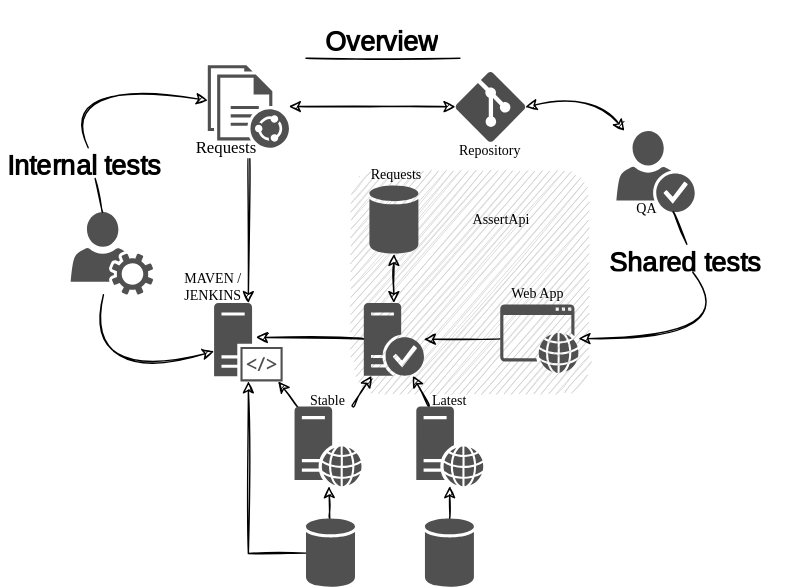
Above: doc/diagram/overview.diagram.svg in oneteme/assertapi-core (draw.io), before the change. Source tidied: cells renumbered, new cells last; positions are measured from the earlier drawing's top-left corner, leaving out a move shared by most shapes. The source it was exported from:
```xml
<mxGraphModel>
  <root>
    <mxCell id="0" />
    <mxCell id="1" parent="0" />
    <mxCell id="2" style="rounded=1;whiteSpace=wrap;html=1;shadow=0;glass=0;labelBorderColor=none;sketch=1;strokeColor=none;strokeWidth=1;fontFamily=Times New Roman;fontSize=10;fontColor=#000000;fillColor=#CFCCCC;gradientColor=none;" parent="1" vertex="1">
      <mxGeometry x="250" y="110" width="170" height="160" as="geometry" />
    </mxCell>
    <mxCell id="3" style="edgeStyle=none;curved=1;sketch=1;jettySize=auto;html=1;shadow=0;strokeColor=default;fontFamily=Times New Roman;fontSize=12;fontColor=#000000;startArrow=none;startFill=0;endArrow=classic;endFill=1;exitX=0.5;exitY=1;exitDx=0;exitDy=0;" parent="1" edge="1" source="35" target="21">
      <mxGeometry relative="1" as="geometry">
        <Array as="points">
          <mxPoint x="530" y="231.2" />
        </Array>
      </mxGeometry>
    </mxCell>
    <mxCell id="4" style="edgeStyle=none;curved=1;sketch=1;jettySize=auto;html=1;entryX=1;entryY=0.5;entryDx=0;entryDy=0;entryPerimeter=0;shadow=0;strokeColor=default;fontFamily=Times New Roman;fontSize=12;fontColor=#000000;startArrow=classic;startFill=1;endArrow=classic;endFill=1;" parent="1" edge="1" source="5" target="8">
      <mxGeometry relative="1" as="geometry">
        <Array as="points">
          <mxPoint x="424.9" y="56" />
        </Array>
      </mxGeometry>
    </mxCell>
    <mxCell id="5" style="sketch=0;shadow=0;dashed=0;html=1;strokeColor=none;fillColor=#505050;labelPosition=center;verticalLabelPosition=bottom;verticalAlign=top;outlineConnect=0;align=center;shape=mxgraph.office.users.credentials;rounded=1;hachureGap=4;jiggle=2;curveFitting=1;fontFamily=Times New Roman;fontSize=14;" parent="1" vertex="1">
      <mxGeometry x="440" y="83" width="56" height="58" as="geometry" />
    </mxCell>
    <mxCell id="6" value="QA" style="text;html=1;strokeColor=none;fillColor=none;align=center;verticalAlign=middle;whiteSpace=wrap;rounded=0;fontSize=10;fontFamily=Times New Roman;" parent="1" vertex="1">
      <mxGeometry x="447" y="132" width="30" height="11" as="geometry" />
    </mxCell>
    <mxCell id="7" style="sketch=1;jettySize=auto;html=1;shadow=0;strokeColor=default;fontFamily=Times New Roman;fontSize=10;startArrow=classic;startFill=1;endArrow=classic;endFill=1;rounded=0;" parent="1" edge="1" source="8" target="11">
      <mxGeometry relative="1" as="geometry" />
    </mxCell>
    <mxCell id="8" style="verticalLabelPosition=bottom;html=1;verticalAlign=top;align=center;strokeColor=none;fillColor=#4D4D4D;shape=mxgraph.azure.git_repository;dashed=1;fontFamily=Times New Roman;fontSize=10;" parent="1" vertex="1">
      <mxGeometry x="325" y="40.7" width="50" height="50" as="geometry" />
    </mxCell>
    <mxCell id="9" style="edgeStyle=none;curved=1;sketch=1;jettySize=auto;html=1;shadow=0;strokeColor=default;fontFamily=Times New Roman;fontSize=12;fontColor=#000000;startArrow=none;startFill=0;endArrow=classic;endFill=1;" parent="1" edge="1" source="11" target="24">
      <mxGeometry relative="1" as="geometry" />
    </mxCell>
    <mxCell id="10" value="Requests" style="edgeLabel;html=1;align=center;verticalAlign=middle;fontSize=12;fontFamily=Times New Roman;fontColor=#000000;" parent="9" vertex="1">
      <mxGeometry x="0.21" y="-1" relative="1" as="geometry">
        <mxPoint x="-15" y="-67" as="offset" />
      </mxGeometry>
    </mxCell>
    <mxCell id="11" style="sketch=0;shadow=0;dashed=0;html=1;strokeColor=none;fillColor=#505050;labelPosition=center;verticalLabelPosition=bottom;verticalAlign=top;outlineConnect=0;align=center;shape=mxgraph.office.concepts.documents_shared;rounded=1;hachureGap=4;jiggle=2;curveFitting=1;fontFamily=Verdana;fontSize=16;" parent="1" vertex="1">
      <mxGeometry x="148" y="36" width="58" height="59" as="geometry" />
    </mxCell>
    <mxCell id="12" value="Repository" style="text;html=1;strokeColor=none;fillColor=none;align=center;verticalAlign=middle;whiteSpace=wrap;rounded=0;fontSize=10;fontFamily=Times New Roman;" parent="1" vertex="1">
      <mxGeometry x="317" y="90.7" width="66" height="12" as="geometry" />
    </mxCell>
    <mxCell id="13" value="Requests" style="text;html=1;strokeColor=none;fillColor=none;align=center;verticalAlign=middle;whiteSpace=wrap;rounded=0;fontSize=10;fontFamily=Times New Roman;" parent="1" vertex="1">
      <mxGeometry x="258" y="108" width="50" height="12" as="geometry" />
    </mxCell>
    <mxCell id="14" value="&lt;h3 style=&quot;font-size: 19px;&quot;&gt;Overview&lt;/h3&gt;" style="text;html=1;strokeColor=none;fillColor=none;spacing=5;spacingTop=-20;whiteSpace=wrap;overflow=hidden;rounded=0;fontSize=19;fontFamily=Architects Daughter;" parent="1" vertex="1">
      <mxGeometry x="226.7" width="93" height="36" as="geometry" />
    </mxCell>
    <mxCell id="15" style="line;strokeWidth=1;html=1;perimeter=backbonePerimeter;rounded=0;shadow=0;glass=0;labelBorderColor=none;sketch=1;strokeColor=default;fontFamily=Times New Roman;fontSize=10;fontColor=#000000;fillColor=#e2dfdf;gradientColor=none;" parent="1" vertex="1">
      <mxGeometry x="218.2" y="26" width="110" height="10" as="geometry" />
    </mxCell>
    <mxCell id="16" style="edgeStyle=none;curved=1;sketch=1;jettySize=auto;html=1;entryX=0.612;entryY=0.438;entryDx=0;entryDy=0;entryPerimeter=0;shadow=0;strokeColor=default;fontSize=14;startArrow=none;startFill=0;" parent="1" edge="1" source="19" target="24">
      <mxGeometry relative="1" as="geometry" />
    </mxCell>
    <mxCell id="17" style="edgeStyle=none;curved=1;sketch=1;jettySize=auto;html=1;shadow=0;strokeColor=default;fontFamily=Times New Roman;fontSize=12;fontColor=#000000;startArrow=none;startFill=0;endArrow=classic;endFill=1;" parent="1" edge="1" source="28" target="19">
      <mxGeometry relative="1" as="geometry" />
    </mxCell>
    <mxCell id="18" style="edgeStyle=none;curved=1;sketch=1;jettySize=auto;html=1;shadow=0;strokeColor=default;fontFamily=Times New Roman;fontSize=12;fontColor=#000000;startArrow=none;startFill=0;endArrow=classic;endFill=1;" parent="1" edge="1" source="26" target="19">
      <mxGeometry relative="1" as="geometry" />
    </mxCell>
    <mxCell id="19" style="sketch=0;shadow=0;dashed=0;html=1;strokeColor=none;fillColor=#505050;labelPosition=center;verticalLabelPosition=bottom;verticalAlign=top;outlineConnect=0;align=center;shape=mxgraph.office.servers.trusted_application_server;rounded=1;hachureGap=4;jiggle=2;curveFitting=1;fontFamily=Architects Daughter;fontSource=https%3A%2F%2Ffonts.googleapis.com%2Fcss%3Ffamily%3DArchitects%2BDaughter;fontSize=20;points=[[0,0.25,0,-5,0],[0,0.75,0,-5,0],[0.8,0.35,0,0,0]];" parent="1" vertex="1">
      <mxGeometry x="259.5" y="205.9" width="43" height="52" as="geometry" />
    </mxCell>
    <mxCell id="20" style="sketch=1;jettySize=auto;html=1;shadow=0;" parent="1" edge="1" source="21" target="19">
      <mxGeometry relative="1" as="geometry" />
    </mxCell>
    <mxCell id="21" style="sketch=0;shadow=0;dashed=0;html=1;strokeColor=none;fillColor=#505050;labelPosition=center;verticalLabelPosition=bottom;verticalAlign=top;outlineConnect=0;align=center;shape=mxgraph.office.concepts.application_web;" parent="1" vertex="1">
      <mxGeometry x="357" y="206.9" width="56" height="49" as="geometry" />
    </mxCell>
    <mxCell id="22" style="edgeStyle=none;curved=1;sketch=1;jettySize=auto;html=1;shadow=0;strokeColor=default;fontFamily=Times New Roman;fontSize=12;fontColor=#000000;startArrow=none;startFill=0;endArrow=classic;endFill=1;" parent="1" edge="1" source="28" target="24">
      <mxGeometry relative="1" as="geometry" />
    </mxCell>
    <mxCell id="23" style="edgeStyle=none;sketch=1;jettySize=auto;html=1;shadow=0;strokeColor=default;fontFamily=Times New Roman;fontSize=12;fontColor=#000000;startArrow=none;startFill=0;endArrow=classic;endFill=1;rounded=0;" parent="1" edge="1" source="29" target="24">
      <mxGeometry relative="1" as="geometry">
        <Array as="points">
          <mxPoint x="177" y="385" />
        </Array>
      </mxGeometry>
    </mxCell>
    <mxCell id="24" style="sketch=0;shadow=0;dashed=0;html=1;strokeColor=none;fillColor=#505050;labelPosition=center;verticalLabelPosition=bottom;verticalAlign=top;outlineConnect=0;align=center;shape=mxgraph.office.servers.server_side_code;fontSize=8;" parent="1" vertex="1">
      <mxGeometry x="152.5" y="205.9" width="49" height="56" as="geometry" />
    </mxCell>
    <mxCell id="25" style="edgeStyle=none;curved=1;sketch=1;jettySize=auto;html=1;shadow=0;strokeColor=default;fontFamily=Times New Roman;fontSize=12;fontColor=#000000;startArrow=none;startFill=0;endArrow=classic;endFill=1;" parent="1" edge="1" source="30" target="26">
      <mxGeometry relative="1" as="geometry" />
    </mxCell>
    <mxCell id="26" style="sketch=0;shadow=0;dashed=0;html=1;strokeColor=none;fillColor=#505050;labelPosition=center;verticalLabelPosition=bottom;verticalAlign=top;outlineConnect=0;align=center;shape=mxgraph.office.servers.web_server;rounded=1;hachureGap=4;jiggle=2;curveFitting=1;fontFamily=Architects Daughter;fontSource=https%3A%2F%2Ffonts.googleapis.com%2Fcss%3Ffamily%3DArchitects%2BDaughter;fontSize=20;" parent="1" vertex="1">
      <mxGeometry x="297" y="279.9" width="48" height="57" as="geometry" />
    </mxCell>
    <mxCell id="27" style="edgeStyle=none;curved=1;sketch=1;jettySize=auto;html=1;shadow=0;strokeColor=default;fontFamily=Times New Roman;fontSize=12;fontColor=#000000;startArrow=none;startFill=0;endArrow=classic;endFill=1;" parent="1" edge="1" source="29" target="28">
      <mxGeometry relative="1" as="geometry" />
    </mxCell>
    <mxCell id="28" style="sketch=0;shadow=0;dashed=0;html=1;strokeColor=none;fillColor=#505050;labelPosition=center;verticalLabelPosition=bottom;verticalAlign=top;outlineConnect=0;align=center;shape=mxgraph.office.servers.web_server;rounded=1;hachureGap=4;jiggle=2;curveFitting=1;fontFamily=Architects Daughter;fontSource=https%3A%2F%2Ffonts.googleapis.com%2Fcss%3Ffamily%3DArchitects%2BDaughter;fontSize=20;" parent="1" vertex="1">
      <mxGeometry x="210" y="279.9" width="48" height="57" as="geometry" />
    </mxCell>
    <mxCell id="29" style="sketch=0;shadow=0;dashed=0;html=1;strokeColor=none;fillColor=#505050;labelPosition=center;verticalLabelPosition=bottom;verticalAlign=top;outlineConnect=0;align=center;shape=mxgraph.office.databases.database;rounded=1;hachureGap=4;jiggle=2;curveFitting=1;fontFamily=Verdana;fontSize=14;" parent="1" vertex="1">
      <mxGeometry x="218.2" y="360" width="35" height="49" as="geometry" />
    </mxCell>
    <mxCell id="30" style="sketch=0;shadow=0;dashed=0;html=1;strokeColor=none;fillColor=#505050;labelPosition=center;verticalLabelPosition=bottom;verticalAlign=top;outlineConnect=0;align=center;shape=mxgraph.office.databases.database;rounded=1;hachureGap=4;jiggle=2;curveFitting=1;fontFamily=Verdana;fontSize=14;" parent="1" vertex="1">
      <mxGeometry x="303.2" y="360" width="35" height="49" as="geometry" />
    </mxCell>
    <mxCell id="31" style="edgeStyle=none;sketch=1;jettySize=auto;html=1;shadow=0;strokeColor=default;fontFamily=Times New Roman;fontSize=10;fontColor=#000000;startArrow=none;startFill=0;endArrow=classic;endFill=1;curved=1;" parent="1" edge="1" source="33" target="24">
      <mxGeometry relative="1" as="geometry">
        <Array as="points">
          <mxPoint x="60" y="265.2" />
        </Array>
      </mxGeometry>
    </mxCell>
    <mxCell id="32" style="edgeStyle=none;curved=1;sketch=1;jettySize=auto;html=1;shadow=0;strokeColor=default;fontFamily=Times New Roman;fontSize=10;fontColor=#000000;startArrow=none;startFill=0;endArrow=classic;endFill=1;" parent="1" edge="1" source="44" target="11">
      <mxGeometry relative="1" as="geometry">
        <Array as="points">
          <mxPoint x="40" y="45.2" />
        </Array>
      </mxGeometry>
    </mxCell>
    <mxCell id="33" style="sketch=0;shadow=0;dashed=0;html=1;strokeColor=none;fillColor=#505050;labelPosition=center;verticalLabelPosition=bottom;verticalAlign=top;outlineConnect=0;align=center;shape=mxgraph.office.users.user_services;rounded=1;hachureGap=4;jiggle=2;curveFitting=1;fontFamily=Verdana;fontSize=14;" parent="1" vertex="1">
      <mxGeometry x="50" y="140.9" width="59" height="59" as="geometry" />
    </mxCell>
    <mxCell id="34" style="edgeStyle=none;curved=1;sketch=1;jettySize=auto;html=1;shadow=0;strokeColor=default;fontFamily=Times New Roman;fontSize=12;fontColor=#000000;startArrow=none;startFill=0;endArrow=none;endFill=1;" parent="1" edge="1" source="5" target="35">
      <mxGeometry relative="1" as="geometry" />
    </mxCell>
    <mxCell id="35" value="&lt;h1 style=&quot;font-size: 19px;&quot;&gt;Shared tests&lt;/h1&gt;" style="text;html=1;strokeColor=none;fillColor=none;spacing=5;spacingTop=-20;whiteSpace=wrap;overflow=hidden;rounded=0;fontSize=19;fontFamily=Architects Daughter;" parent="1" vertex="1">
      <mxGeometry x="429.9" y="163.9" width="129.5" height="20" as="geometry" />
    </mxCell>
    <mxCell id="36" style="edgeStyle=none;sketch=1;jettySize=auto;html=1;shadow=0;strokeColor=default;fontFamily=Times New Roman;fontSize=12;fontColor=#000000;startArrow=classic;startFill=1;endArrow=classic;endFill=1;rounded=0;" parent="1" edge="1" source="37" target="19">
      <mxGeometry relative="1" as="geometry" />
    </mxCell>
    <mxCell id="37" style="sketch=0;shadow=0;dashed=0;html=1;strokeColor=none;fillColor=#505050;labelPosition=center;verticalLabelPosition=bottom;verticalAlign=top;outlineConnect=0;align=center;shape=mxgraph.office.databases.database;rounded=1;hachureGap=4;jiggle=2;curveFitting=1;fontFamily=Verdana;fontSize=14;" parent="1" vertex="1">
      <mxGeometry x="263.5" y="121.9" width="35" height="49" as="geometry" />
    </mxCell>
    <mxCell id="38" value="Web App" style="text;html=1;strokeColor=none;fillColor=none;align=center;verticalAlign=middle;whiteSpace=wrap;rounded=0;fontSize=10;fontFamily=Times New Roman;" parent="1" vertex="1">
      <mxGeometry x="354" y="190.9" width="60" height="17" as="geometry" />
    </mxCell>
    <mxCell id="39" value="MAVEN /&lt;br style=&quot;font-size: 10px;&quot;&gt;JENKINS" style="text;html=1;strokeColor=none;fillColor=none;align=center;verticalAlign=middle;whiteSpace=wrap;rounded=0;fontSize=10;fontFamily=Times New Roman;" parent="1" vertex="1">
      <mxGeometry x="122" y="183.9" width="60" height="20" as="geometry" />
    </mxCell>
    <mxCell id="40" value="AssertApi" style="text;html=1;strokeColor=none;fillColor=none;align=center;verticalAlign=middle;whiteSpace=wrap;rounded=0;fontSize=10;fontFamily=Times New Roman;" parent="1" vertex="1">
      <mxGeometry x="328.2" y="134.4" width="60" height="24" as="geometry" />
    </mxCell>
    <mxCell id="41" value="Stable" style="text;html=1;strokeColor=none;fillColor=none;align=center;verticalAlign=middle;whiteSpace=wrap;rounded=0;fontSize=10;fontFamily=Times New Roman;" parent="1" vertex="1">
      <mxGeometry x="212.2" y="267.9" width="43.5" height="14" as="geometry" />
    </mxCell>
    <mxCell id="42" value="Latest" style="text;html=1;strokeColor=none;fillColor=none;align=center;verticalAlign=middle;whiteSpace=wrap;rounded=0;fontSize=10;fontFamily=Times New Roman;" parent="1" vertex="1">
      <mxGeometry x="298.9" y="267.9" width="43.5" height="14" as="geometry" />
    </mxCell>
    <mxCell id="43" style="edgeStyle=none;curved=1;sketch=1;jettySize=auto;html=1;entryX=0.5;entryY=1;entryDx=0;entryDy=0;shadow=0;strokeColor=default;fontFamily=Times New Roman;fontSize=10;fontColor=#000000;startArrow=none;startFill=0;endArrow=none;endFill=1;" parent="1" edge="1" source="33" target="44">
      <mxGeometry relative="1" as="geometry" />
    </mxCell>
    <mxCell id="44" value="&lt;h1 style=&quot;font-size: 19px;&quot;&gt;Internal tests&lt;/h1&gt;" style="text;html=1;strokeColor=none;fillColor=none;spacing=5;spacingTop=-20;whiteSpace=wrap;overflow=hidden;rounded=0;fontSize=19;fontFamily=Architects Daughter;" parent="1" vertex="1">
      <mxGeometry x="-0.5" y="95" width="136" height="22" as="geometry" />
    </mxCell>
  </root>
</mxGraphModel>
```
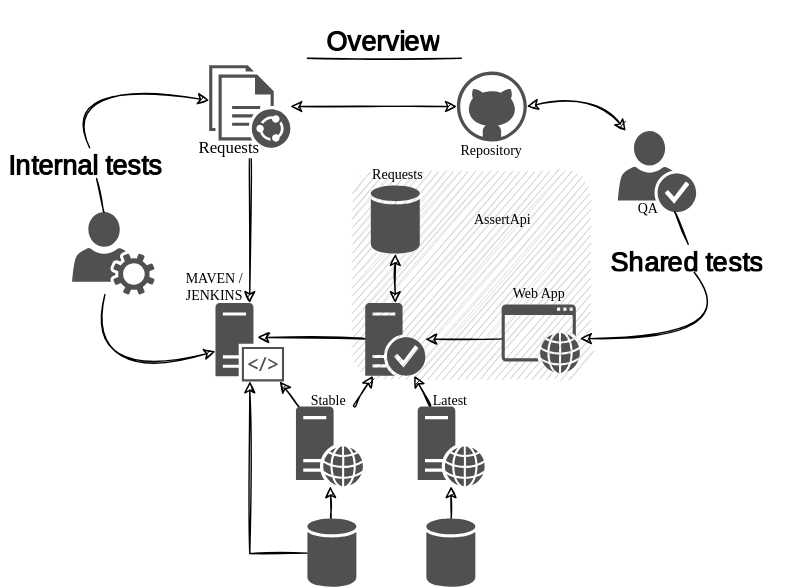
The same diagram one commit later.

Change to the diagram source:
```diff
@@ -2,8 +2,8 @@
   <root>
     <mxCell id="0" />
     <mxCell id="1" parent="0" />
-    <mxCell id="2" style="rounded=1;whiteSpace=wrap;html=1;shadow=0;glass=0;labelBorderColor=none;sketch=1;strokeColor=none;strokeWidth=1;fontFamily=Times New Roman;fontSize=10;fontColor=#000000;fillColor=#CFCCCC;gradientColor=none;" parent="1" vertex="1">
-      <mxGeometry x="250" y="110" width="170" height="160" as="geometry" />
+    <mxCell id="2" style="rounded=1;whiteSpace=wrap;html=1;shadow=0;glass=0;labelBorderColor=none;sketch=1;strokeColor=none;strokeWidth=1;fontFamily=Times New Roman;fontSize=10;fontColor=#000000;fillColor=#CCCCCC;gradientColor=none;" parent="1" vertex="1">
+      <mxGeometry x="250" y="110" width="170" height="150" as="geometry" />
     </mxCell>
     <mxCell id="3" style="edgeStyle=none;curved=1;sketch=1;jettySize=auto;html=1;shadow=0;strokeColor=default;fontFamily=Times New Roman;fontSize=12;fontColor=#000000;startArrow=none;startFill=0;endArrow=classic;endFill=1;exitX=0.5;exitY=1;exitDx=0;exitDy=0;" parent="1" edge="1" source="35" target="21">
       <mxGeometry relative="1" as="geometry">
@@ -12,7 +12,7 @@
         </Array>
       </mxGeometry>
     </mxCell>
-    <mxCell id="4" style="edgeStyle=none;curved=1;sketch=1;jettySize=auto;html=1;entryX=1;entryY=0.5;entryDx=0;entryDy=0;entryPerimeter=0;shadow=0;strokeColor=default;fontFamily=Times New Roman;fontSize=12;fontColor=#000000;startArrow=classic;startFill=1;endArrow=classic;endFill=1;" parent="1" edge="1" source="5" target="8">
+    <mxCell id="4" style="edgeStyle=none;curved=1;sketch=1;jettySize=auto;html=1;entryX=1;entryY=0.5;entryDx=0;entryDy=0;entryPerimeter=0;shadow=0;strokeColor=default;fontFamily=Times New Roman;fontSize=12;fontColor=#000000;startArrow=classic;startFill=1;endArrow=classic;endFill=1;" parent="1" edge="1" source="5" target="45">
       <mxGeometry relative="1" as="geometry">
         <Array as="points">
           <mxPoint x="424.9" y="56" />
@@ -25,12 +25,9 @@
     <mxCell id="6" value="QA" style="text;html=1;strokeColor=none;fillColor=none;align=center;verticalAlign=middle;whiteSpace=wrap;rounded=0;fontSize=10;fontFamily=Times New Roman;" parent="1" vertex="1">
       <mxGeometry x="447" y="132" width="30" height="11" as="geometry" />
     </mxCell>
-    <mxCell id="7" style="sketch=1;jettySize=auto;html=1;shadow=0;strokeColor=default;fontFamily=Times New Roman;fontSize=10;startArrow=classic;startFill=1;endArrow=classic;endFill=1;rounded=0;" parent="1" edge="1" source="8" target="11">
+    <mxCell id="7" style="sketch=1;jettySize=auto;html=1;shadow=0;strokeColor=default;fontFamily=Times New Roman;fontSize=10;startArrow=classic;startFill=1;endArrow=classic;endFill=1;rounded=0;exitX=0;exitY=0.5;exitDx=0;exitDy=0;exitPerimeter=0;" parent="1" edge="1" source="45" target="11">
       <mxGeometry relative="1" as="geometry" />
     </mxCell>
-    <mxCell id="8" style="verticalLabelPosition=bottom;html=1;verticalAlign=top;align=center;strokeColor=none;fillColor=#4D4D4D;shape=mxgraph.azure.git_repository;dashed=1;fontFamily=Times New Roman;fontSize=10;" parent="1" vertex="1">
-      <mxGeometry x="325" y="40.7" width="50" height="50" as="geometry" />
-    </mxCell>
     <mxCell id="9" style="edgeStyle=none;curved=1;sketch=1;jettySize=auto;html=1;shadow=0;strokeColor=default;fontFamily=Times New Roman;fontSize=12;fontColor=#000000;startArrow=none;startFill=0;endArrow=classic;endFill=1;" parent="1" edge="1" source="11" target="24">
       <mxGeometry relative="1" as="geometry" />
     </mxCell>
@@ -153,5 +150,8 @@
     <mxCell id="44" value="&lt;h1 style=&quot;font-size: 19px;&quot;&gt;Internal tests&lt;/h1&gt;" style="text;html=1;strokeColor=none;fillColor=none;spacing=5;spacingTop=-20;whiteSpace=wrap;overflow=hidden;rounded=0;fontSize=19;fontFamily=Architects Daughter;" parent="1" vertex="1">
       <mxGeometry x="-0.5" y="95" width="136" height="22" as="geometry" />
     </mxCell>
+    <mxCell id="45" style="verticalLabelPosition=bottom;html=1;verticalAlign=top;align=center;strokeColor=none;fillColor=#505050;shape=mxgraph.azure.github_code;sketch=0;strokeWidth=1;fontFamily=Helvetica;fontSize=14;" parent="1" vertex="1">
+      <mxGeometry x="325" y="40.5" width="50" height="50" as="geometry" />
+    </mxCell>
   </root>
 </mxGraphModel>
```
